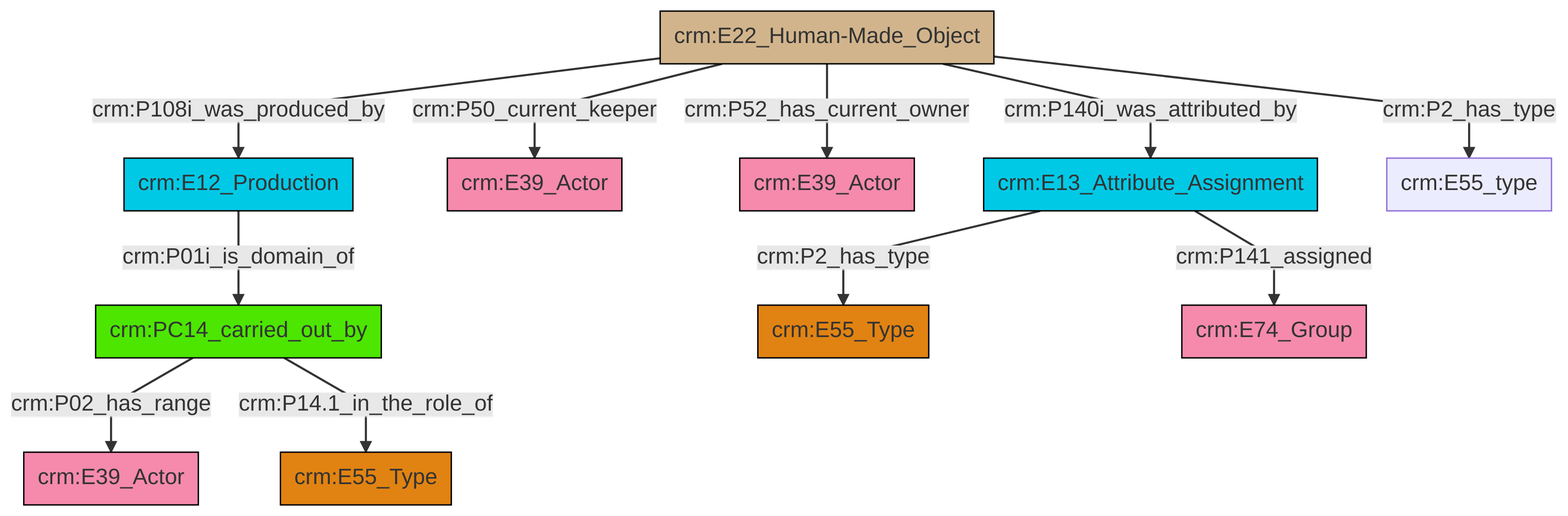
Earlier version of the Mermaid export et/artworkCSV/ttl/mmd/png/Artwork_Actor_Relations.png (swiss-art-research-net/reference-data-models). Its source is kept beside it as et/artworkCSV/ttl/mmd/Artwork_Actor_Relations.ttl.mmd.
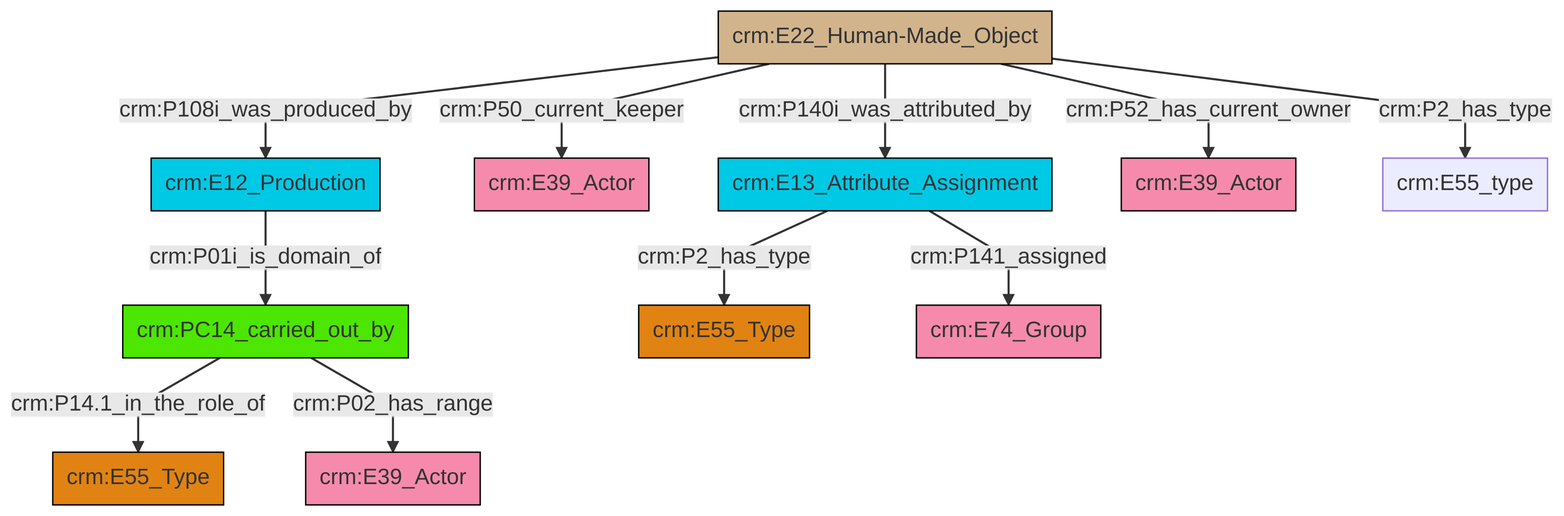
Later version of the same file.

Diff of the diagram source:
```diff
@@ -13,13 +13,13 @@
 classDef PC_Classes fill:#4ce600, stroke:#000000;
 classDef Multi fill:#cccccc,stroke:#000000;
 
-0["crm:E22_Human-Made_Object"]:::Physical_Thing -->|crm:P108i_was_produced_by| 1["crm:E12_Production"]:::Temporal_Entity
-6["crm:PC14_carried_out_by"]:::PC_Classes -->|crm:P02_has_range| 7["crm:E39_Actor"]:::Actor
-9["crm:E13_Attribute_Assignment"]:::Temporal_Entity -->|crm:P2_has_type| 4["crm:E55_Type"]:::Type
-0["crm:E22_Human-Made_Object"]:::Physical_Thing -->|crm:P50_current_keeper| 10["crm:E39_Actor"]:::Actor
-6["crm:PC14_carried_out_by"]:::PC_Classes -->|crm:P14.1_in_the_role_of| 14["crm:E55_Type"]:::Type
-0["crm:E22_Human-Made_Object"]:::Physical_Thing -->|crm:P52_has_current_owner| 2["crm:E39_Actor"]:::Actor
-1["crm:E12_Production"]:::Temporal_Entity -->|crm:P01i_is_domain_of| 6["crm:PC14_carried_out_by"]:::PC_Classes
-9["crm:E13_Attribute_Assignment"]:::Temporal_Entity -->|crm:P141_assigned| 16["crm:E74_Group"]:::Actor
-0["crm:E22_Human-Made_Object"]:::Physical_Thing -->|crm:P140i_was_attributed_by| 9["crm:E13_Attribute_Assignment"]:::Temporal_Entity
-0["crm:E22_Human-Made_Object"]:::Physical_Thing -->|crm:P2_has_type| 11["crm:E55_type"]:::Default
+6["crm:E22_Human-Made_Object"]:::Physical_Thing -->|crm:P50_current_keeper| 7["crm:E39_Actor"]:::Actor
+6["crm:E22_Human-Made_Object"]:::Physical_Thing -->|crm:P108i_was_produced_by| 8["crm:E12_Production"]:::Temporal_Entity
+8["crm:E12_Production"]:::Temporal_Entity -->|crm:P01i_is_domain_of| 2["crm:PC14_carried_out_by"]:::PC_Classes
+6["crm:E22_Human-Made_Object"]:::Physical_Thing -->|crm:P52_has_current_owner| 9["crm:E39_Actor"]:::Actor
+2["crm:PC14_carried_out_by"]:::PC_Classes -->|crm:P14.1_in_the_role_of| 13["crm:E55_Type"]:::Type
+6["crm:E22_Human-Made_Object"]:::Physical_Thing -->|crm:P140i_was_attributed_by| 0["crm:E13_Attribute_Assignment"]:::Temporal_Entity
+0["crm:E13_Attribute_Assignment"]:::Temporal_Entity -->|crm:P2_has_type| 4["crm:E55_Type"]:::Type
+2["crm:PC14_carried_out_by"]:::PC_Classes -->|crm:P02_has_range| 17["crm:E39_Actor"]:::Actor
+6["crm:E22_Human-Made_Object"]:::Physical_Thing -->|crm:P2_has_type| 20["crm:E55_type"]:::Default
+0["crm:E13_Attribute_Assignment"]:::Temporal_Entity -->|crm:P141_assigned| 18["crm:E74_Group"]:::Actor
```
